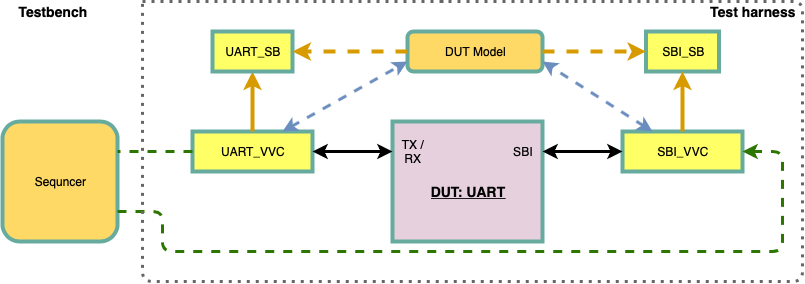
Above: uvvm_vvc_framework/doc/internal_direct_transaction_transfer_example_C.png in UVVM/UVVM (draw.io), before the change. Source tidied: cells renumbered, new cells last; positions are measured from the earlier drawing's top-left corner, leaving out a move shared by most shapes. The source it was exported from:
```xml
<mxGraphModel>
  <root>
    <mxCell id="0" />
    <mxCell id="1" parent="0" />
    <mxCell id="2" value="Sequncer" style="rounded=1;whiteSpace=wrap;html=1;fillColor=#FFD966;strokeColor=#67AB9F;strokeWidth=4;" parent="1" vertex="1">
      <mxGeometry y="120" width="115" height="120" as="geometry" />
    </mxCell>
    <mxCell id="3" value="UART_VVC" style="rounded=0;whiteSpace=wrap;html=1;strokeColor=#67AB9F;strokeWidth=4;fillColor=#FFFF66;" parent="1" vertex="1">
      <mxGeometry x="190" y="130" width="120" height="40" as="geometry" />
    </mxCell>
    <mxCell id="4" value="DUT Model" style="rounded=1;whiteSpace=wrap;html=1;strokeColor=#67AB9F;strokeWidth=4;fillColor=#FFD966;" parent="1" vertex="1">
      <mxGeometry x="405" y="30" width="135" height="40" as="geometry" />
    </mxCell>
    <mxCell id="5" value="SBI_VVC" style="rounded=0;whiteSpace=wrap;html=1;strokeColor=#67AB9F;strokeWidth=4;fillColor=#FFFF66;" parent="1" vertex="1">
      <mxGeometry x="620" y="130" width="120" height="40" as="geometry" />
    </mxCell>
    <mxCell id="6" style="rounded=0;whiteSpace=wrap;html=1;strokeColor=#67AB9F;strokeWidth=4;fillColor=#E6D0DE;" parent="1" vertex="1">
      <mxGeometry x="390" y="120" width="150" height="120" as="geometry" />
    </mxCell>
    <mxCell id="7" style="endArrow=classic;startArrow=classic;html=1;strokeWidth=3;entryX=0;entryY=0.25;entryDx=0;entryDy=0;exitX=1;exitY=0.5;exitDx=0;exitDy=0;" parent="1" edge="1" source="3" target="6">
      <mxGeometry relative="1" as="geometry" />
    </mxCell>
    <mxCell id="8" style="endArrow=classic;startArrow=classic;html=1;strokeWidth=3;entryX=0;entryY=0.5;entryDx=0;entryDy=0;exitX=1;exitY=0.25;exitDx=0;exitDy=0;" parent="1" edge="1" source="6" target="5">
      <mxGeometry relative="1" as="geometry" />
    </mxCell>
    <mxCell id="9" style="endArrow=classic;html=1;dashed=1;strokeWidth=3;fillColor=#60a917;strokeColor=#2D7600;entryX=1;entryY=0.5;entryDx=0;entryDy=0;exitX=1;exitY=0.75;exitDx=0;exitDy=0;" parent="1" edge="1" source="2" target="5">
      <mxGeometry relative="1" as="geometry">
        <Array as="points">
          <mxPoint x="160" y="210" />
          <mxPoint x="160" y="250" />
          <mxPoint x="780" y="250" />
          <mxPoint x="780" y="150" />
        </Array>
      </mxGeometry>
    </mxCell>
    <mxCell id="10" value="&lt;font style=&quot;font-size: 14px&quot;&gt;&lt;b&gt;&lt;u&gt;DUT: UART&lt;/u&gt;&lt;/b&gt;&lt;/font&gt;" style="text;html=1;strokeColor=none;fillColor=none;align=center;verticalAlign=middle;whiteSpace=wrap;rounded=0;" parent="1" vertex="1">
      <mxGeometry x="415" y="180" width="100" height="20" as="geometry" />
    </mxCell>
    <mxCell id="11" value="TX /&lt;br&gt;RX" style="text;html=1;strokeColor=none;fillColor=none;align=center;verticalAlign=middle;whiteSpace=wrap;rounded=0;" parent="1" vertex="1">
      <mxGeometry x="390" y="130" width="40" height="40" as="geometry" />
    </mxCell>
    <mxCell id="12" value="SBI" style="text;html=1;strokeColor=none;fillColor=none;align=center;verticalAlign=middle;whiteSpace=wrap;rounded=0;" parent="1" vertex="1">
      <mxGeometry x="500" y="140" width="40" height="20" as="geometry" />
    </mxCell>
    <mxCell id="13" style="endArrow=none;dashed=1;html=1;strokeWidth=3;gradientColor=#b3b3b3;fillColor=#f5f5f5;strokeColor=#666666;dashPattern=1 2;" parent="1" edge="1">
      <mxGeometry relative="1" as="geometry">
        <mxPoint x="140" as="sourcePoint" />
        <mxPoint x="140" as="targetPoint" />
        <Array as="points">
          <mxPoint x="450" />
          <mxPoint x="800" />
          <mxPoint x="800" y="280" />
          <mxPoint x="140" y="280" />
        </Array>
      </mxGeometry>
    </mxCell>
    <mxCell id="14" value="&lt;font style=&quot;font-size: 14px&quot;&gt;&lt;b&gt;Test harness&lt;/b&gt;&lt;/font&gt;" style="text;html=1;strokeColor=none;fillColor=none;align=center;verticalAlign=middle;whiteSpace=wrap;rounded=0;" parent="1" vertex="1">
      <mxGeometry x="700" width="100" height="20" as="geometry" />
    </mxCell>
    <mxCell id="15" style="endArrow=classic;startArrow=classic;html=1;dashed=1;strokeWidth=3;gradientColor=#7ea6e0;fillColor=#dae8fc;strokeColor=#6c8ebf;entryX=0;entryY=0.75;entryDx=0;entryDy=0;exitX=0.75;exitY=0;exitDx=0;exitDy=0;" parent="1" edge="1" source="3" target="4">
      <mxGeometry relative="1" as="geometry" />
    </mxCell>
    <mxCell id="16" style="endArrow=classic;startArrow=classic;html=1;dashed=1;strokeWidth=3;gradientColor=#7ea6e0;fillColor=#dae8fc;strokeColor=#6c8ebf;entryX=1;entryY=0.75;entryDx=0;entryDy=0;exitX=0.25;exitY=0;exitDx=0;exitDy=0;" parent="1" edge="1" source="5" target="4">
      <mxGeometry relative="1" as="geometry" />
    </mxCell>
    <mxCell id="17" value="&lt;font style=&quot;font-size: 14px&quot;&gt;&lt;b&gt;Testbench&lt;/b&gt;&lt;/font&gt;" style="text;html=1;strokeColor=none;fillColor=none;align=center;verticalAlign=middle;whiteSpace=wrap;rounded=0;" parent="1" vertex="1">
      <mxGeometry x="10" width="80" height="20" as="geometry" />
    </mxCell>
    <mxCell id="18" style="endArrow=none;dashed=1;html=1;entryX=1;entryY=0.25;entryDx=0;entryDy=0;exitX=0;exitY=0.5;exitDx=0;exitDy=0;fillColor=#d5e8d4;strokeColor=#2D7600;strokeWidth=3;" parent="1" edge="1" source="3" target="2">
      <mxGeometry relative="1" as="geometry" />
    </mxCell>
    <mxCell id="19" style="endArrow=classic;html=1;strokeColor=#D79B00;strokeWidth=4;entryX=0.5;entryY=1;entryDx=0;entryDy=0;exitX=0.5;exitY=0;exitDx=0;exitDy=0;" parent="1" edge="1" source="3" target="20">
      <mxGeometry relative="1" as="geometry" />
    </mxCell>
    <mxCell id="20" value="UART_SB" style="rounded=0;whiteSpace=wrap;html=1;strokeColor=#67AB9F;strokeWidth=4;fillColor=#FFFF66;" parent="1" vertex="1">
      <mxGeometry x="210" y="30" width="80" height="40" as="geometry" />
    </mxCell>
    <mxCell id="21" value="SBI_SB" style="rounded=0;whiteSpace=wrap;html=1;strokeColor=#67AB9F;strokeWidth=4;fillColor=#FFFF66;" parent="1" vertex="1">
      <mxGeometry x="643.5" y="30" width="73" height="40" as="geometry" />
    </mxCell>
    <mxCell id="22" style="endArrow=classic;html=1;strokeColor=#D79B00;strokeWidth=4;dashed=1;exitX=0;exitY=0.5;exitDx=0;exitDy=0;entryX=1;entryY=0.5;entryDx=0;entryDy=0;" parent="1" edge="1" source="4" target="20">
      <mxGeometry relative="1" as="geometry" />
    </mxCell>
    <mxCell id="23" style="endArrow=classic;html=1;strokeColor=#D79B00;strokeWidth=4;dashed=1;exitX=1;exitY=0.5;exitDx=0;exitDy=0;entryX=0;entryY=0.5;entryDx=0;entryDy=0;" parent="1" edge="1" source="4" target="21">
      <mxGeometry relative="1" as="geometry" />
    </mxCell>
    <mxCell id="24" style="endArrow=classic;html=1;strokeColor=#D79B00;strokeWidth=4;entryX=0.5;entryY=1;entryDx=0;entryDy=0;exitX=0.5;exitY=0;exitDx=0;exitDy=0;" parent="1" edge="1" source="5" target="21">
      <mxGeometry relative="1" as="geometry" />
    </mxCell>
  </root>
</mxGraphModel>
```
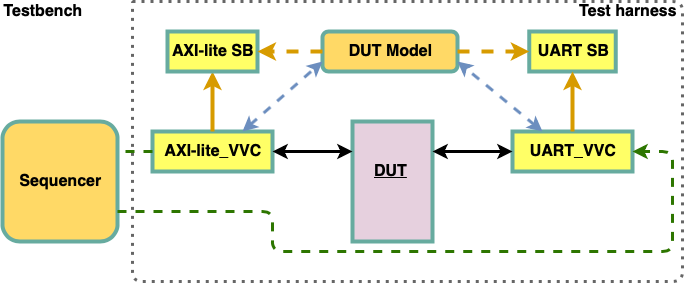
Above is the later version.

Commit message:
Release: added new figures for EssMech DTT description

The edit, as a diff of the source:
```diff
@@ -2,20 +2,20 @@
   <root>
     <mxCell id="0" />
     <mxCell id="1" parent="0" />
-    <mxCell id="2" value="Sequncer" style="rounded=1;whiteSpace=wrap;html=1;fillColor=#FFD966;strokeColor=#67AB9F;strokeWidth=4;" parent="1" vertex="1">
-      <mxGeometry y="120" width="115" height="120" as="geometry" />
+    <mxCell id="2" value="&lt;b&gt;&lt;font style=&quot;font-size: 16px&quot;&gt;Sequencer&lt;/font&gt;&lt;/b&gt;" style="rounded=1;whiteSpace=wrap;html=1;fillColor=#FFD966;strokeColor=#67AB9F;strokeWidth=4;" parent="1" vertex="1">
+      <mxGeometry x="40" y="120" width="115" height="120" as="geometry" />
     </mxCell>
-    <mxCell id="3" value="UART_VVC" style="rounded=0;whiteSpace=wrap;html=1;strokeColor=#67AB9F;strokeWidth=4;fillColor=#FFFF66;" parent="1" vertex="1">
+    <mxCell id="3" value="&lt;b&gt;&lt;font style=&quot;font-size: 16px&quot;&gt;AXI-lite_VVC&lt;/font&gt;&lt;/b&gt;" style="rounded=0;whiteSpace=wrap;html=1;strokeColor=#67AB9F;strokeWidth=4;fillColor=#FFFF66;" parent="1" vertex="1">
       <mxGeometry x="190" y="130" width="120" height="40" as="geometry" />
     </mxCell>
-    <mxCell id="4" value="DUT Model" style="rounded=1;whiteSpace=wrap;html=1;strokeColor=#67AB9F;strokeWidth=4;fillColor=#FFD966;" parent="1" vertex="1">
-      <mxGeometry x="405" y="30" width="135" height="40" as="geometry" />
+    <mxCell id="4" value="&lt;b&gt;&lt;font style=&quot;font-size: 16px&quot;&gt;DUT Model&lt;/font&gt;&lt;/b&gt;" style="rounded=1;whiteSpace=wrap;html=1;strokeColor=#67AB9F;strokeWidth=4;fillColor=#FFD966;" parent="1" vertex="1">
+      <mxGeometry x="360" y="30" width="135" height="40" as="geometry" />
     </mxCell>
-    <mxCell id="5" value="SBI_VVC" style="rounded=0;whiteSpace=wrap;html=1;strokeColor=#67AB9F;strokeWidth=4;fillColor=#FFFF66;" parent="1" vertex="1">
-      <mxGeometry x="620" y="130" width="120" height="40" as="geometry" />
+    <mxCell id="5" value="&lt;b&gt;&lt;font style=&quot;font-size: 16px&quot;&gt;UART_VVC&lt;/font&gt;&lt;/b&gt;" style="rounded=0;whiteSpace=wrap;html=1;strokeColor=#67AB9F;strokeWidth=4;fillColor=#FFFF66;" parent="1" vertex="1">
+      <mxGeometry x="550" y="130" width="120" height="40" as="geometry" />
     </mxCell>
     <mxCell id="6" style="rounded=0;whiteSpace=wrap;html=1;strokeColor=#67AB9F;strokeWidth=4;fillColor=#E6D0DE;" parent="1" vertex="1">
-      <mxGeometry x="390" y="120" width="150" height="120" as="geometry" />
+      <mxGeometry x="390" y="120" width="80" height="120" as="geometry" />
     </mxCell>
     <mxCell id="7" style="endArrow=classic;startArrow=classic;html=1;strokeWidth=3;entryX=0;entryY=0.25;entryDx=0;entryDy=0;exitX=1;exitY=0.5;exitDx=0;exitDy=0;" parent="1" edge="1" source="3" target="6">
       <mxGeometry relative="1" as="geometry" />
@@ -27,35 +27,30 @@
       <mxGeometry relative="1" as="geometry">
         <Array as="points">
           <mxPoint x="160" y="210" />
-          <mxPoint x="160" y="250" />
-          <mxPoint x="780" y="250" />
-          <mxPoint x="780" y="150" />
+          <mxPoint x="310" y="210" />
+          <mxPoint x="310" y="250" />
+          <mxPoint x="710" y="250" />
+          <mxPoint x="710" y="150" />
         </Array>
       </mxGeometry>
     </mxCell>
-    <mxCell id="10" value="&lt;font style=&quot;font-size: 14px&quot;&gt;&lt;b&gt;&lt;u&gt;DUT: UART&lt;/u&gt;&lt;/b&gt;&lt;/font&gt;" style="text;html=1;strokeColor=none;fillColor=none;align=center;verticalAlign=middle;whiteSpace=wrap;rounded=0;" parent="1" vertex="1">
-      <mxGeometry x="415" y="180" width="100" height="20" as="geometry" />
+    <mxCell id="10" value="&lt;font size=&quot;1&quot;&gt;&lt;b&gt;&lt;u style=&quot;font-size: 16px&quot;&gt;DUT&lt;/u&gt;&lt;/b&gt;&lt;/font&gt;" style="text;html=1;strokeColor=none;fillColor=none;align=center;verticalAlign=middle;whiteSpace=wrap;rounded=0;" parent="1" vertex="1">
+      <mxGeometry x="405" y="160" width="45" height="20" as="geometry" />
     </mxCell>
-    <mxCell id="11" value="TX /&lt;br&gt;RX" style="text;html=1;strokeColor=none;fillColor=none;align=center;verticalAlign=middle;whiteSpace=wrap;rounded=0;" parent="1" vertex="1">
-      <mxGeometry x="390" y="130" width="40" height="40" as="geometry" />
-    </mxCell>
-    <mxCell id="12" value="SBI" style="text;html=1;strokeColor=none;fillColor=none;align=center;verticalAlign=middle;whiteSpace=wrap;rounded=0;" parent="1" vertex="1">
-      <mxGeometry x="500" y="140" width="40" height="20" as="geometry" />
-    </mxCell>
     <mxCell id="13" style="endArrow=none;dashed=1;html=1;strokeWidth=3;gradientColor=#b3b3b3;fillColor=#f5f5f5;strokeColor=#666666;dashPattern=1 2;" parent="1" edge="1">
       <mxGeometry relative="1" as="geometry">
-        <mxPoint x="140" as="sourcePoint" />
-        <mxPoint x="140" as="targetPoint" />
+        <mxPoint x="170" as="sourcePoint" />
+        <mxPoint x="170" as="targetPoint" />
         <Array as="points">
           <mxPoint x="450" />
-          <mxPoint x="800" />
-          <mxPoint x="800" y="280" />
-          <mxPoint x="140" y="280" />
+          <mxPoint x="720" />
+          <mxPoint x="720" y="280" />
+          <mxPoint x="170" y="280" />
         </Array>
       </mxGeometry>
     </mxCell>
-    <mxCell id="14" value="&lt;font style=&quot;font-size: 14px&quot;&gt;&lt;b&gt;Test harness&lt;/b&gt;&lt;/font&gt;" style="text;html=1;strokeColor=none;fillColor=none;align=center;verticalAlign=middle;whiteSpace=wrap;rounded=0;" parent="1" vertex="1">
-      <mxGeometry x="700" width="100" height="20" as="geometry" />
+    <mxCell id="14" value="&lt;font size=&quot;1&quot;&gt;&lt;b style=&quot;font-size: 16px&quot;&gt;Test harness&lt;/b&gt;&lt;/font&gt;" style="text;html=1;strokeColor=none;fillColor=none;align=center;verticalAlign=middle;whiteSpace=wrap;rounded=0;" parent="1" vertex="1">
+      <mxGeometry x="610" width="110" height="20" as="geometry" />
     </mxCell>
     <mxCell id="15" style="endArrow=classic;startArrow=classic;html=1;dashed=1;strokeWidth=3;gradientColor=#7ea6e0;fillColor=#dae8fc;strokeColor=#6c8ebf;entryX=0;entryY=0.75;entryDx=0;entryDy=0;exitX=0.75;exitY=0;exitDx=0;exitDy=0;" parent="1" edge="1" source="3" target="4">
       <mxGeometry relative="1" as="geometry" />
@@ -63,8 +58,8 @@
     <mxCell id="16" style="endArrow=classic;startArrow=classic;html=1;dashed=1;strokeWidth=3;gradientColor=#7ea6e0;fillColor=#dae8fc;strokeColor=#6c8ebf;entryX=1;entryY=0.75;entryDx=0;entryDy=0;exitX=0.25;exitY=0;exitDx=0;exitDy=0;" parent="1" edge="1" source="5" target="4">
       <mxGeometry relative="1" as="geometry" />
     </mxCell>
-    <mxCell id="17" value="&lt;font style=&quot;font-size: 14px&quot;&gt;&lt;b&gt;Testbench&lt;/b&gt;&lt;/font&gt;" style="text;html=1;strokeColor=none;fillColor=none;align=center;verticalAlign=middle;whiteSpace=wrap;rounded=0;" parent="1" vertex="1">
-      <mxGeometry x="10" width="80" height="20" as="geometry" />
+    <mxCell id="17" value="&lt;font size=&quot;1&quot;&gt;&lt;b style=&quot;font-size: 16px&quot;&gt;Testbench&lt;/b&gt;&lt;/font&gt;" style="text;html=1;strokeColor=none;fillColor=none;align=center;verticalAlign=middle;whiteSpace=wrap;rounded=0;" parent="1" vertex="1">
+      <mxGeometry x="40" width="80" height="20" as="geometry" />
     </mxCell>
     <mxCell id="18" style="endArrow=none;dashed=1;html=1;entryX=1;entryY=0.25;entryDx=0;entryDy=0;exitX=0;exitY=0.5;exitDx=0;exitDy=0;fillColor=#d5e8d4;strokeColor=#2D7600;strokeWidth=3;" parent="1" edge="1" source="3" target="2">
       <mxGeometry relative="1" as="geometry" />
@@ -72,11 +67,11 @@
     <mxCell id="19" style="endArrow=classic;html=1;strokeColor=#D79B00;strokeWidth=4;entryX=0.5;entryY=1;entryDx=0;entryDy=0;exitX=0.5;exitY=0;exitDx=0;exitDy=0;" parent="1" edge="1" source="3" target="20">
       <mxGeometry relative="1" as="geometry" />
     </mxCell>
-    <mxCell id="20" value="UART_SB" style="rounded=0;whiteSpace=wrap;html=1;strokeColor=#67AB9F;strokeWidth=4;fillColor=#FFFF66;" parent="1" vertex="1">
-      <mxGeometry x="210" y="30" width="80" height="40" as="geometry" />
+    <mxCell id="20" value="&lt;b&gt;&lt;font style=&quot;font-size: 16px&quot;&gt;AXI-lite SB&lt;/font&gt;&lt;/b&gt;" style="rounded=0;whiteSpace=wrap;html=1;strokeColor=#67AB9F;strokeWidth=4;fillColor=#FFFF66;" parent="1" vertex="1">
+      <mxGeometry x="205" y="30" width="90" height="40" as="geometry" />
     </mxCell>
-    <mxCell id="21" value="SBI_SB" style="rounded=0;whiteSpace=wrap;html=1;strokeColor=#67AB9F;strokeWidth=4;fillColor=#FFFF66;" parent="1" vertex="1">
-      <mxGeometry x="643.5" y="30" width="73" height="40" as="geometry" />
+    <mxCell id="21" value="&lt;b&gt;&lt;font style=&quot;font-size: 16px&quot;&gt;UART SB&lt;/font&gt;&lt;/b&gt;" style="rounded=0;whiteSpace=wrap;html=1;strokeColor=#67AB9F;strokeWidth=4;fillColor=#FFFF66;" parent="1" vertex="1">
+      <mxGeometry x="566.8" y="30" width="86.5" height="40" as="geometry" />
     </mxCell>
     <mxCell id="22" style="endArrow=classic;html=1;strokeColor=#D79B00;strokeWidth=4;dashed=1;exitX=0;exitY=0.5;exitDx=0;exitDy=0;entryX=1;entryY=0.5;entryDx=0;entryDy=0;" parent="1" edge="1" source="4" target="20">
       <mxGeometry relative="1" as="geometry" />
```
